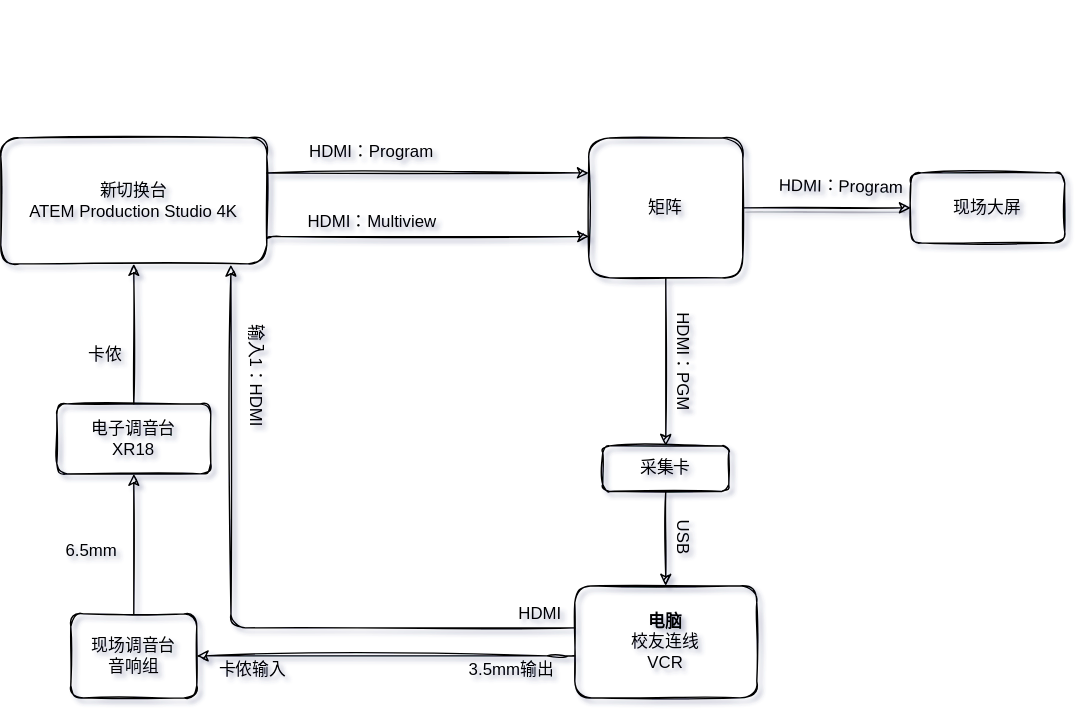
xiaoxuan010/HFLive-Technical-Document-2021 keeps this draw.io diagram as diagrams/2021春晚校友连线接线图.svg. Above is the earlier version. Source tidied: cells renumbered, new cells last; positions are measured from the earlier drawing's top-left corner, leaving out a move shared by most shapes.
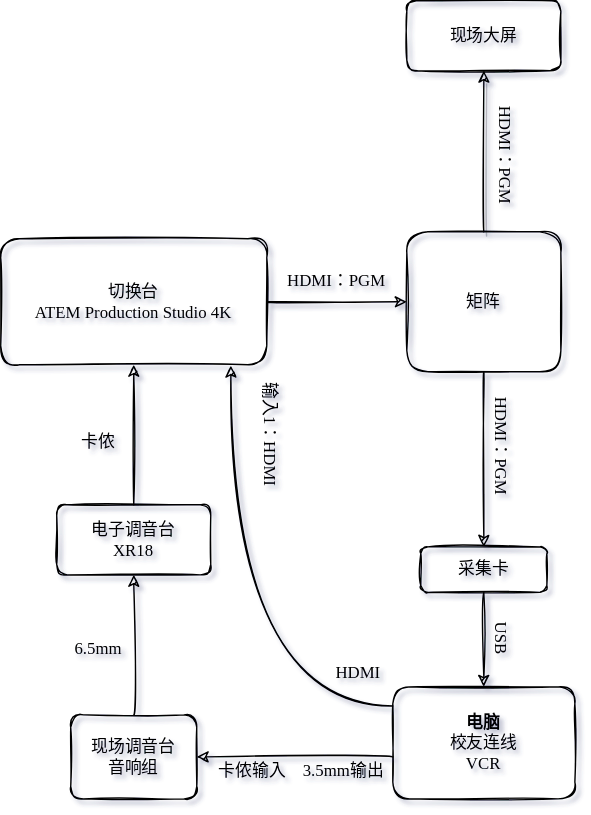
The same diagram one commit later.

What changed in the source:
```diff
@@ -2,32 +2,25 @@
   <root>
     <mxCell id="0" />
     <mxCell id="1" parent="0" />
-    <mxCell id="2" style="edgeStyle=orthogonalEdgeStyle;rounded=1;jettySize=auto;html=1;exitX=1;exitY=0.278;exitDx=0;exitDy=0;entryX=0;entryY=0.25;entryDx=0;entryDy=0;fontFamily=Helvetica;sketch=1;fontStyle=0;exitPerimeter=0;labelBackgroundColor=none;" parent="1" edge="1" source="4" target="7">
+    <mxCell id="2" style="edgeStyle=orthogonalEdgeStyle;rounded=1;jettySize=auto;html=1;exitX=1;exitY=0.5;exitDx=0;exitDy=0;fontFamily=思源宋体,serif;sketch=1;fontStyle=0;labelBackgroundColor=none;curved=1;" parent="1" edge="1" source="4" target="7">
       <mxGeometry relative="1" as="geometry" />
     </mxCell>
-    <mxCell id="3" style="edgeStyle=orthogonalEdgeStyle;rounded=1;jettySize=auto;html=1;entryX=0.002;entryY=0.705;entryDx=0;entryDy=0;fontFamily=Helvetica;sketch=1;entryPerimeter=0;fontStyle=0;exitX=1.003;exitY=0.797;exitDx=0;exitDy=0;exitPerimeter=0;labelBackgroundColor=none;" parent="1" edge="1" source="4" target="7">
-      <mxGeometry relative="1" as="geometry">
-        <Array as="points">
-          <mxPoint x="191" y="160" />
-        </Array>
-      </mxGeometry>
-    </mxCell>
-    <mxCell id="4" value="新切换台&lt;br&gt;ATEM Production Studio 4K" style="rounded=1;whiteSpace=wrap;html=1;fontFamily=Helvetica;sketch=1;fontStyle=0;fillColor=none;labelBackgroundColor=none;" parent="1" vertex="1">
+    <mxCell id="4" value="切换台&lt;br&gt;ATEM Production Studio 4K" style="rounded=1;whiteSpace=wrap;html=1;fontFamily=思源宋体,serif;sketch=1;fontStyle=0;fillColor=none;labelBackgroundColor=none;" parent="1" vertex="1">
       <mxGeometry y="90" width="190" height="90" as="geometry" />
     </mxCell>
-    <mxCell id="5" style="edgeStyle=orthogonalEdgeStyle;rounded=1;jettySize=auto;html=1;sketch=1;fontFamily=Helvetica;fontStyle=0;labelBackgroundColor=none;" parent="1" edge="1" source="7" target="24">
+    <mxCell id="5" style="edgeStyle=orthogonalEdgeStyle;rounded=1;jettySize=auto;html=1;sketch=1;fontFamily=思源宋体,serif;fontStyle=0;labelBackgroundColor=none;curved=1;" parent="1" edge="1" source="7" target="24">
       <mxGeometry relative="1" as="geometry" />
     </mxCell>
-    <mxCell id="6" style="edgeStyle=orthogonalEdgeStyle;rounded=0;jettySize=auto;html=1;entryX=0;entryY=0.5;entryDx=0;entryDy=0;fontFamily=Helvetica;fontColor=default;sketch=1;shadow=1;" parent="1" edge="1" source="7" target="8">
+    <mxCell id="6" style="edgeStyle=orthogonalEdgeStyle;rounded=1;jettySize=auto;html=1;entryX=0.5;entryY=1;entryDx=0;entryDy=0;fontFamily=思源宋体,serif;fontColor=default;sketch=1;shadow=1;curved=1;" parent="1" edge="1" source="7" target="8">
       <mxGeometry relative="1" as="geometry" />
     </mxCell>
-    <mxCell id="7" value="矩阵" style="rounded=1;whiteSpace=wrap;html=1;fontFamily=Helvetica;sketch=1;fontStyle=0;fillColor=none;labelBackgroundColor=none;" parent="1" vertex="1">
-      <mxGeometry x="420" y="90" width="110" height="100" as="geometry" />
+    <mxCell id="7" value="矩阵" style="rounded=1;whiteSpace=wrap;html=1;fontFamily=思源宋体,serif;sketch=1;fontStyle=0;fillColor=none;labelBackgroundColor=none;" parent="1" vertex="1">
+      <mxGeometry x="290" y="85" width="110" height="100" as="geometry" />
     </mxCell>
-    <mxCell id="8" value="现场大屏" style="rounded=1;whiteSpace=wrap;html=1;fontFamily=Helvetica;sketch=1;fontStyle=0;fillColor=none;labelBackgroundColor=none;" parent="1" vertex="1">
-      <mxGeometry x="650" y="115" width="110" height="50" as="geometry" />
+    <mxCell id="8" value="现场大屏" style="rounded=1;whiteSpace=wrap;html=1;fontFamily=思源宋体,serif;sketch=1;fontStyle=0;fillColor=none;labelBackgroundColor=none;" parent="1" vertex="1">
+      <mxGeometry x="290" y="-80" width="110" height="50" as="geometry" />
     </mxCell>
-    <mxCell id="9" style="edgeStyle=orthogonalEdgeStyle;rounded=1;jettySize=auto;html=1;entryX=1;entryY=0.5;entryDx=0;entryDy=0;fontFamily=Helvetica;sketch=1;fontStyle=0;labelBackgroundColor=none;" parent="1" edge="1" source="11" target="13">
+    <mxCell id="9" style="edgeStyle=orthogonalEdgeStyle;rounded=1;jettySize=auto;html=1;entryX=1;entryY=0.5;entryDx=0;entryDy=0;fontFamily=思源宋体,serif;sketch=1;fontStyle=0;labelBackgroundColor=none;curved=1;" parent="1" edge="1" source="11" target="13">
       <mxGeometry relative="1" as="geometry">
         <Array as="points">
           <mxPoint x="400" y="460" />
@@ -35,71 +28,64 @@
         </Array>
       </mxGeometry>
     </mxCell>
-    <mxCell id="10" style="edgeStyle=orthogonalEdgeStyle;rounded=1;jettySize=auto;html=1;entryX=0.865;entryY=1.007;entryDx=0;entryDy=0;entryPerimeter=0;fontFamily=Helvetica;sketch=1;fontStyle=0;labelBackgroundColor=none;" parent="1" edge="1" source="11" target="4">
-      <mxGeometry relative="1" as="geometry">
-        <Array as="points">
-          <mxPoint x="164" y="440" />
-        </Array>
-      </mxGeometry>
+    <mxCell id="10" style="edgeStyle=orthogonalEdgeStyle;rounded=1;jettySize=auto;html=1;entryX=0.865;entryY=1.007;entryDx=0;entryDy=0;entryPerimeter=0;fontFamily=思源宋体,serif;sketch=1;fontStyle=0;labelBackgroundColor=none;curved=1;exitX=0;exitY=0.171;exitDx=0;exitDy=0;exitPerimeter=0;" parent="1" edge="1" source="11" target="4">
+      <mxGeometry relative="1" as="geometry" />
     </mxCell>
-    <mxCell id="11" value="&lt;b&gt;电脑&lt;/b&gt;&lt;br&gt;校友连线&lt;br&gt;VCR" style="rounded=1;whiteSpace=wrap;html=1;fontFamily=Helvetica;sketch=1;fontStyle=0;fillColor=none;labelBackgroundColor=none;" parent="1" vertex="1">
-      <mxGeometry x="410" y="410" width="130" height="80" as="geometry" />
+    <mxCell id="11" value="&lt;b&gt;电脑&lt;/b&gt;&lt;br&gt;校友连线&lt;br&gt;VCR" style="rounded=1;whiteSpace=wrap;html=1;fontFamily=思源宋体,serif;sketch=1;fontStyle=0;fillColor=none;labelBackgroundColor=none;" parent="1" vertex="1">
+      <mxGeometry x="280" y="410" width="130" height="80" as="geometry" />
     </mxCell>
-    <mxCell id="12" style="edgeStyle=orthogonalEdgeStyle;rounded=1;jettySize=auto;html=1;entryX=0.5;entryY=1;entryDx=0;entryDy=0;fontFamily=Helvetica;sketch=1;fontStyle=0;labelBackgroundColor=none;" parent="1" edge="1" source="13" target="15">
+    <mxCell id="12" style="edgeStyle=orthogonalEdgeStyle;rounded=1;jettySize=auto;html=1;entryX=0.5;entryY=1;entryDx=0;entryDy=0;fontFamily=思源宋体,serif;sketch=1;fontStyle=0;labelBackgroundColor=none;curved=1;" parent="1" edge="1" source="13" target="15">
       <mxGeometry relative="1" as="geometry" />
     </mxCell>
-    <mxCell id="13" value="现场调音台&lt;br&gt;音响组" style="rounded=1;whiteSpace=wrap;html=1;fontFamily=Helvetica;sketch=1;fontStyle=0;fillColor=none;labelBackgroundColor=none;" parent="1" vertex="1">
+    <mxCell id="13" value="现场调音台&lt;br&gt;音响组" style="rounded=1;whiteSpace=wrap;html=1;fontFamily=思源宋体,serif;sketch=1;fontStyle=0;fillColor=none;labelBackgroundColor=none;" parent="1" vertex="1">
       <mxGeometry x="50" y="430" width="90" height="60" as="geometry" />
     </mxCell>
-    <mxCell id="14" style="edgeStyle=orthogonalEdgeStyle;rounded=1;jettySize=auto;html=1;entryX=0.5;entryY=1;entryDx=0;entryDy=0;fontFamily=Helvetica;sketch=1;fontStyle=0;labelBackgroundColor=none;" parent="1" edge="1" source="15" target="4">
+    <mxCell id="14" style="edgeStyle=orthogonalEdgeStyle;rounded=1;jettySize=auto;html=1;entryX=0.5;entryY=1;entryDx=0;entryDy=0;fontFamily=思源宋体,serif;sketch=1;fontStyle=0;labelBackgroundColor=none;curved=1;" parent="1" edge="1" source="15" target="4">
       <mxGeometry relative="1" as="geometry" />
     </mxCell>
-    <mxCell id="15" value="电子调音台&lt;br&gt;XR18" style="rounded=1;whiteSpace=wrap;html=1;fontFamily=Helvetica;sketch=1;fontStyle=0;fillColor=none;labelBackgroundColor=none;" parent="1" vertex="1">
+    <mxCell id="15" value="电子调音台&lt;br&gt;XR18" style="rounded=1;whiteSpace=wrap;html=1;fontFamily=思源宋体,serif;sketch=1;fontStyle=0;fillColor=none;labelBackgroundColor=none;" parent="1" vertex="1">
       <mxGeometry x="40" y="280" width="110" height="50" as="geometry" />
     </mxCell>
-    <mxCell id="16" value="输入1：HDMI" style="text;html=1;strokeColor=none;fillColor=none;align=center;verticalAlign=middle;whiteSpace=wrap;rounded=1;rotation=90;fontFamily=Helvetica;sketch=1;fontStyle=0;labelBackgroundColor=none;" parent="1" vertex="1">
-      <mxGeometry x="130" y="250" width="105" height="20" as="geometry" />
+    <mxCell id="16" value="输入1：HDMI" style="text;html=1;strokeColor=none;fillColor=none;align=center;verticalAlign=middle;whiteSpace=wrap;rounded=1;rotation=90;fontFamily=思源宋体,serif;sketch=1;fontStyle=0;labelBackgroundColor=none;" parent="1" vertex="1">
+      <mxGeometry x="140" y="220" width="105" height="20" as="geometry" />
     </mxCell>
-    <mxCell id="17" value="3.5mm输出" style="text;html=1;strokeColor=none;fillColor=none;align=center;verticalAlign=middle;whiteSpace=wrap;rounded=1;rotation=0;fontFamily=Helvetica;sketch=1;fontStyle=0;labelBackgroundColor=none;" parent="1" vertex="1">
-      <mxGeometry x="330" y="460" width="70" height="20" as="geometry" />
+    <mxCell id="17" value="3.5mm输出" style="text;html=1;strokeColor=none;fillColor=none;align=center;verticalAlign=middle;whiteSpace=wrap;rounded=1;rotation=0;fontFamily=思源宋体,serif;sketch=1;fontStyle=0;labelBackgroundColor=none;" parent="1" vertex="1">
+      <mxGeometry x="210" y="460" width="70" height="20" as="geometry" />
     </mxCell>
-    <mxCell id="18" value="HDMI：Program" style="text;html=1;strokeColor=none;fillColor=none;align=center;verticalAlign=middle;whiteSpace=wrap;rounded=1;fontFamily=Helvetica;sketch=1;fontStyle=0;labelBackgroundColor=none;" parent="1" vertex="1">
-      <mxGeometry x="210" y="90" width="110" height="20" as="geometry" />
+    <mxCell id="18" value="HDMI：PGM" style="text;html=1;strokeColor=none;fillColor=none;align=center;verticalAlign=middle;whiteSpace=wrap;rounded=1;fontFamily=思源宋体,serif;sketch=1;fontStyle=0;labelBackgroundColor=none;" parent="1" vertex="1">
+      <mxGeometry x="190" y="110" width="100" height="20" as="geometry" />
     </mxCell>
-    <mxCell id="19" value="卡侬输入" style="text;html=1;strokeColor=none;fillColor=none;align=center;verticalAlign=middle;whiteSpace=wrap;rounded=1;fontFamily=Helvetica;sketch=1;fontStyle=0;labelBackgroundColor=none;" parent="1" vertex="1">
+    <mxCell id="19" value="卡侬输入" style="text;html=1;strokeColor=none;fillColor=none;align=center;verticalAlign=middle;whiteSpace=wrap;rounded=1;fontFamily=思源宋体,serif;sketch=1;fontStyle=0;labelBackgroundColor=none;" parent="1" vertex="1">
       <mxGeometry x="150" y="460" width="60" height="20" as="geometry" />
     </mxCell>
-    <mxCell id="20" value="6.5mm" style="text;html=1;strokeColor=none;fillColor=none;align=center;verticalAlign=middle;whiteSpace=wrap;rounded=1;rotation=0;fontFamily=Helvetica;sketch=1;fontStyle=0;labelBackgroundColor=none;" parent="1" vertex="1">
-      <mxGeometry x="40" y="370" width="50" height="30" as="geometry" />
+    <mxCell id="20" value="6.5mm" style="text;html=1;strokeColor=none;fillColor=none;align=center;verticalAlign=middle;whiteSpace=wrap;rounded=1;rotation=0;fontFamily=思源宋体,serif;sketch=1;fontStyle=0;labelBackgroundColor=none;" parent="1" vertex="1">
+      <mxGeometry x="45" y="367.5" width="50" height="30" as="geometry" />
     </mxCell>
-    <mxCell id="21" value="卡侬" style="text;html=1;strokeColor=none;fillColor=none;align=center;verticalAlign=middle;whiteSpace=wrap;rounded=1;fontFamily=Helvetica;sketch=1;fontStyle=0;labelBackgroundColor=none;" parent="1" vertex="1">
-      <mxGeometry x="50" y="230" width="50" height="30" as="geometry" />
+    <mxCell id="21" value="卡侬" style="text;html=1;strokeColor=none;fillColor=none;align=center;verticalAlign=middle;whiteSpace=wrap;rounded=1;fontFamily=思源宋体,serif;sketch=1;fontStyle=0;labelBackgroundColor=none;" parent="1" vertex="1">
+      <mxGeometry x="50" y="220" width="40" height="30" as="geometry" />
     </mxCell>
-    <mxCell id="22" value="HDMI：PGM" style="text;html=1;strokeColor=none;fillColor=none;align=center;verticalAlign=middle;whiteSpace=wrap;rounded=1;rotation=90;fontFamily=Helvetica;sketch=1;fontStyle=0;labelBackgroundColor=none;" parent="1" vertex="1">
-      <mxGeometry x="440" y="240" width="95" height="20" as="geometry" />
+    <mxCell id="22" value="HDMI：PGM" style="text;html=1;strokeColor=none;fillColor=none;align=center;verticalAlign=middle;whiteSpace=wrap;rounded=1;rotation=90;fontFamily=思源宋体,serif;sketch=1;fontStyle=0;labelBackgroundColor=none;" parent="1" vertex="1">
+      <mxGeometry x="311.2" y="228.8" width="92.5" height="20" as="geometry" />
     </mxCell>
-    <mxCell id="23" style="edgeStyle=orthogonalEdgeStyle;rounded=1;jettySize=auto;html=1;sketch=1;fontFamily=Helvetica;fontStyle=0;labelBackgroundColor=none;" parent="1" edge="1" source="24" target="11">
+    <mxCell id="23" style="edgeStyle=orthogonalEdgeStyle;rounded=1;jettySize=auto;html=1;sketch=1;fontFamily=思源宋体,serif;fontStyle=0;labelBackgroundColor=none;curved=1;" parent="1" edge="1" source="24" target="11">
       <mxGeometry relative="1" as="geometry" />
     </mxCell>
-    <mxCell id="24" value="采集卡" style="rounded=1;whiteSpace=wrap;html=1;fontFamily=Helvetica;sketch=1;fontStyle=0;fillColor=none;labelBackgroundColor=none;" parent="1" vertex="1">
-      <mxGeometry x="430" y="310" width="90" height="32.5" as="geometry" />
+    <mxCell id="24" value="采集卡" style="rounded=1;whiteSpace=wrap;html=1;fontFamily=思源宋体,serif;sketch=1;fontStyle=0;fillColor=none;labelBackgroundColor=none;" parent="1" vertex="1">
+      <mxGeometry x="300" y="310" width="90" height="32.5" as="geometry" />
     </mxCell>
-    <mxCell id="25" value="USB" style="text;html=1;strokeColor=none;fillColor=none;align=center;verticalAlign=middle;whiteSpace=wrap;rounded=1;rotation=90;fontFamily=Helvetica;sketch=1;fontStyle=0;labelBackgroundColor=none;" parent="1" vertex="1">
-      <mxGeometry x="457.5" y="367.5" width="60" height="15" as="geometry" />
+    <mxCell id="25" value="USB" style="text;html=1;strokeColor=none;fillColor=none;align=center;verticalAlign=middle;whiteSpace=wrap;rounded=1;rotation=90;fontFamily=思源宋体,serif;sketch=1;fontStyle=0;labelBackgroundColor=none;" parent="1" vertex="1">
+      <mxGeometry x="327.5" y="367.5" width="60" height="15" as="geometry" />
     </mxCell>
-    <mxCell id="26" value="HDMI" style="text;html=1;align=center;verticalAlign=middle;strokeColor=none;fillColor=none;fontFamily=Helvetica;sketch=1;rounded=1;fontStyle=0;labelBackgroundColor=none;" parent="1" vertex="1">
-      <mxGeometry x="360" y="420" width="50" height="20" as="geometry" />
+    <mxCell id="26" value="HDMI" style="text;html=1;align=center;verticalAlign=middle;strokeColor=none;fillColor=none;fontFamily=思源宋体,serif;sketch=1;rounded=1;fontStyle=0;labelBackgroundColor=none;" parent="1" vertex="1">
+      <mxGeometry x="230" y="390" width="50" height="20" as="geometry" />
     </mxCell>
-    <mxCell id="27" value="HDMI：Multiview" style="text;html=1;align=center;verticalAlign=middle;fontFamily=Helvetica;sketch=1;rounded=1;fontStyle=0;labelBackgroundColor=none;" parent="1" vertex="1">
-      <mxGeometry x="210" y="140" width="110" height="20" as="geometry" />
-    </mxCell>
-    <mxCell id="28" value="HDMI：Program" style="text;html=1;align=center;verticalAlign=middle;strokeColor=none;fillColor=none;rotation=1;fontFamily=Helvetica;sketch=1;rounded=1;fontStyle=0;labelBackgroundColor=none;fontColor=default;shadow=1;" parent="1" vertex="1">
-      <mxGeometry x="550" y="115" width="100" height="20" as="geometry" />
+    <mxCell id="28" value="HDMI：PGM" style="text;html=1;align=center;verticalAlign=middle;strokeColor=none;fillColor=none;rotation=90;fontFamily=思源宋体,serif;sketch=1;rounded=1;fontStyle=0;labelBackgroundColor=none;fontColor=default;shadow=1;" parent="1" vertex="1">
+      <mxGeometry x="315" y="20" width="90" height="20" as="geometry" />
     </mxCell>
-    <mxCell id="29" style="edgeStyle=orthogonalEdgeStyle;rounded=0;orthogonalLoop=1;jettySize=auto;html=1;exitX=0.5;exitY=1;exitDx=0;exitDy=0;startArrow=classic;startFill=1;labelBackgroundColor=none;fontFamily=Helvetica;" parent="1" edge="1">
+    <mxCell id="29" style="edgeStyle=orthogonalEdgeStyle;rounded=1;orthogonalLoop=1;jettySize=auto;html=1;exitX=0.5;exitY=1;exitDx=0;exitDy=0;startArrow=classic;startFill=1;labelBackgroundColor=none;fontFamily=思源宋体,serif;curved=1;sketch=1;" parent="1" edge="1">
       <mxGeometry relative="1" as="geometry">
-        <mxPoint x="387.5" as="sourcePoint" />
-        <mxPoint x="387.5" as="targetPoint" />
+        <mxPoint x="337.5" as="sourcePoint" />
+        <mxPoint x="337.5" as="targetPoint" />
       </mxGeometry>
     </mxCell>
   </root>
```
